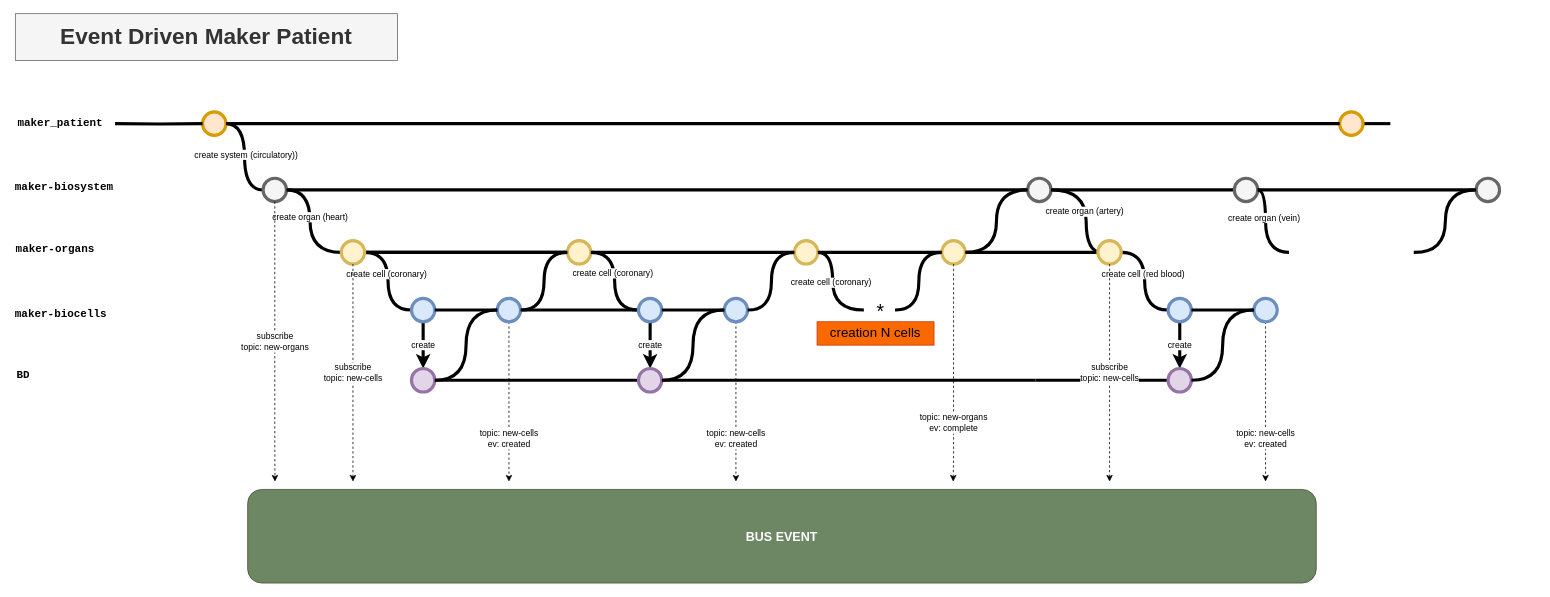
Before: page "Event Flow Design N2" (2 of 2) of arch-design/cellprom-arch-patient-maker-event-driven-design.drawio in cellprom/cellprom-arq-doc, a draw.io diagram. Source tidied: cells renumbered, new cells numbered last; positions are measured from the earlier drawing's top-left corner, leaving out a move shared by most shapes. Both pictures are drawn from the tidied source at 78%, with x=0, y=0 at pixel (13, 13).
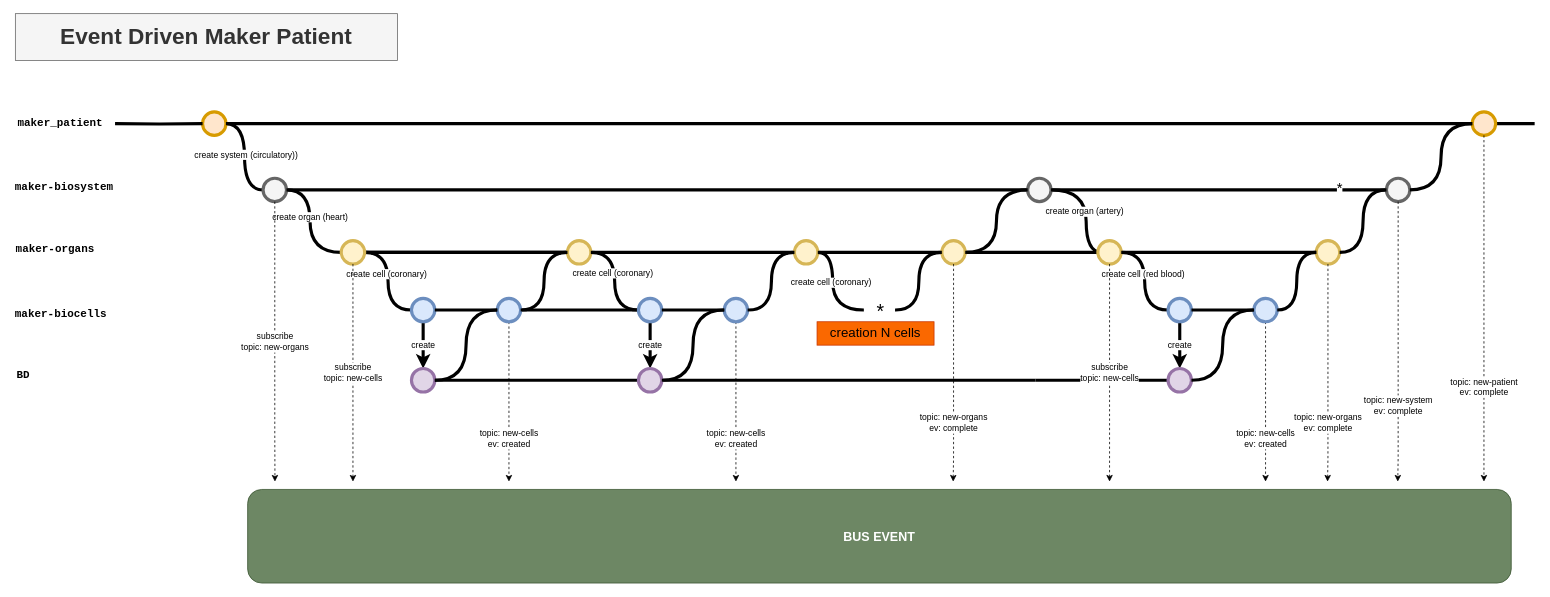
Above is the later version.

Commit message:
Diseño de Eventos

The change refers to these unchanged cells:
```xml
<mxCell id="11" style="verticalLabelPosition=bottom;verticalAlign=top;html=1;strokeWidth=4;shape=mxgraph.flowchart.on-page_reference;strokeColor=#666666;fillColor=#f5f5f5;fontColor=#333333;" parent="1" vertex="1">
  <mxGeometry x="1300" y="211" width="30" height="30" as="geometry" />
</mxCell>
<mxCell id="70" style="verticalLabelPosition=bottom;verticalAlign=top;html=1;strokeWidth=4;shape=mxgraph.flowchart.on-page_reference;strokeColor=#d6b656;fillColor=#fff2cc;" parent="1" vertex="1">
  <mxGeometry x="1390" y="291" width="30" height="30" as="geometry" />
</mxCell>
<mxCell id="76" style="verticalLabelPosition=bottom;verticalAlign=top;html=1;strokeWidth=4;shape=mxgraph.flowchart.on-page_reference;strokeColor=#6c8ebf;fillColor=#dae8fc;" parent="1" vertex="1">
  <mxGeometry x="1590" y="365" width="30" height="30" as="geometry" />
</mxCell>
```

Diff of the diagram source:
```diff
@@
     <mxCell id="2" style="edgeStyle=orthogonalEdgeStyle;rounded=0;html=1;jettySize=auto;plain-blue;endArrow=none;endFill=0;strokeWidth=4;strokeColor=#000000;startArrow=none;" parent="1" edge="1" source="34">
-      <mxGeometry x="617.2" y="221" as="geometry">
-        <mxPoint x="1765" y="141" as="targetPoint" />
+      <mxGeometry x="767.2" y="221" as="geometry">
+        <mxPoint x="1950" y="141" as="targetPoint" />
       </mxGeometry>
     </mxCell>
@@
-    <mxCell id="10" style="edgeStyle=orthogonalEdgeStyle;curved=1;rounded=0;html=1;exitX=1;exitY=0.5;exitPerimeter=0;endArrow=none;endFill=0;jettySize=auto;strokeWidth=4;fontSize=15;" parent="1" edge="1" source="11" target="25">
-      <mxGeometry relative="1" as="geometry" />
+    <mxCell id="10" style="edgeStyle=orthogonalEdgeStyle;curved=1;rounded=0;html=1;exitX=1;exitY=0.5;exitPerimeter=0;endArrow=none;endFill=0;jettySize=auto;strokeWidth=4;fontSize=15;" parent="1" edge="1" source="11">
+      <mxGeometry relative="1" as="geometry">
+        <mxPoint x="1760" y="226" as="targetPoint" />
+      </mxGeometry>
     </mxCell>
+    <mxCell id="79" value="*" style="edgeLabel;html=1;align=center;verticalAlign=middle;fontSize=19;" parent="10" vertex="1">
+      <mxGeometry x="0.72" y="3" relative="1" as="geometry" />
+    </mxCell>
@@
-    <mxCell id="20" style="edgeStyle=orthogonalEdgeStyle;curved=1;rounded=0;jettySize=auto;html=1;entryX=0;entryY=0.5;entryDx=0;entryDy=0;entryPerimeter=0;endArrow=none;endFill=0;strokeWidth=4;fontFamily=Courier New;fontColor=#009900;" parent="1" edge="1" target="36">
-      <mxGeometry relative="1" as="geometry">
-        <mxPoint x="1795" y="306" as="sourcePoint" />
-      </mxGeometry>
-    </mxCell>
@@
-    <mxCell id="25" style="verticalLabelPosition=bottom;verticalAlign=top;html=1;strokeWidth=4;shape=mxgraph.flowchart.on-page_reference;strokeColor=#666666;fillColor=#f5f5f5;fontColor=#333333;" parent="1" vertex="1">
-      <mxGeometry x="1565" y="211" width="30" height="30" as="geometry" />
-    </mxCell>
@@
-    <mxCell id="29" style="edgeStyle=orthogonalEdgeStyle;rounded=0;jettySize=auto;html=1;entryX=1;entryY=0.5;entryDx=0;entryDy=0;entryPerimeter=0;endArrow=none;endFill=0;strokeWidth=4;curved=1;exitX=0;exitY=0.5;exitDx=0;exitDy=0;exitPerimeter=0;" parent="1" edge="1" target="25">
-      <mxGeometry relative="1" as="geometry">
-        <mxPoint x="1635" y="306" as="sourcePoint" />
-        <Array as="points">
-          <mxPoint x="1605" y="306" />
-          <mxPoint x="1605" y="226" />
-        </Array>
-      </mxGeometry>
-    </mxCell>
-    <mxCell id="30" value="create organ (vein)" style="edgeLabel;html=1;align=center;verticalAlign=middle;" parent="29" vertex="1">
-      <mxGeometry x="0.14" y="3" relative="1" as="geometry">
-        <mxPoint y="-7" as="offset" />
-      </mxGeometry>
-    </mxCell>
@@
     <mxCell id="34" style="verticalLabelPosition=bottom;verticalAlign=top;html=1;strokeWidth=4;shape=mxgraph.flowchart.on-page_reference;strokeColor=#d79b00;fillColor=#ffe6cc;" parent="1" vertex="1">
-      <mxGeometry x="1700" y="126" width="30" height="30" as="geometry" />
+      <mxGeometry x="1870" y="126" width="30" height="30" as="geometry" />
     </mxCell>
@@
-    <mxCell id="36" style="verticalLabelPosition=bottom;verticalAlign=top;html=1;strokeWidth=4;shape=mxgraph.flowchart.on-page_reference;strokeColor=#666666;fillColor=#f5f5f5;fontColor=#333333;" parent="1" vertex="1">
-      <mxGeometry x="1875" y="211" width="30" height="30" as="geometry" />
-    </mxCell>
-    <mxCell id="37" style="edgeStyle=orthogonalEdgeStyle;curved=1;rounded=0;jettySize=auto;html=1;endArrow=none;endFill=0;strokeWidth=4;fontFamily=Courier New;fontColor=#009900;startArrow=none;" parent="1" edge="1" source="25" target="36">
-      <mxGeometry relative="1" as="geometry" />
-    </mxCell>
@@
     <mxCell id="39" value="BUS EVENT" style="rounded=1;whiteSpace=wrap;html=1;fillColor=#6d8764;fontColor=#ffffff;strokeColor=#3A5431;fontStyle=1;fontSize=16;" parent="1" vertex="1">
-      <mxGeometry x="300" y="610" width="1370" height="120" as="geometry" />
+      <mxGeometry x="300" y="610" width="1620" height="120" as="geometry" />
     </mxCell>
@@
+    <mxCell id="80" style="verticalLabelPosition=bottom;verticalAlign=top;html=1;strokeWidth=4;shape=mxgraph.flowchart.on-page_reference;strokeColor=#666666;fillColor=#f5f5f5;fontColor=#333333;" parent="1" vertex="1">
+      <mxGeometry x="1760" y="211" width="30" height="30" as="geometry" />
+    </mxCell>
+    <mxCell id="81" style="verticalLabelPosition=bottom;verticalAlign=top;html=1;strokeWidth=4;shape=mxgraph.flowchart.on-page_reference;strokeColor=#d6b656;fillColor=#fff2cc;" parent="1" vertex="1">
+      <mxGeometry x="1670" y="291" width="30" height="30" as="geometry" />
+    </mxCell>
+    <mxCell id="82" style="edgeStyle=orthogonalEdgeStyle;curved=1;rounded=0;jettySize=auto;html=1;entryX=0;entryY=0.5;entryDx=0;entryDy=0;entryPerimeter=0;endArrow=none;endFill=0;strokeWidth=4;fontFamily=Courier New;fontColor=#009900;exitX=1;exitY=0.5;exitDx=0;exitDy=0;exitPerimeter=0;" parent="1" edge="1" source="81" target="80">
+      <mxGeometry relative="1" as="geometry" />
+    </mxCell>
+    <mxCell id="83" style="edgeStyle=orthogonalEdgeStyle;curved=1;rounded=0;html=1;exitX=1;exitY=0.5;exitPerimeter=0;endArrow=none;endFill=0;jettySize=auto;strokeWidth=4;fontSize=15;entryX=0;entryY=0.5;entryDx=0;entryDy=0;entryPerimeter=0;exitDx=0;exitDy=0;" parent="1" edge="1" source="70" target="81">
+      <mxGeometry relative="1" as="geometry" />
+    </mxCell>
+    <mxCell id="84" style="edgeStyle=orthogonalEdgeStyle;curved=1;rounded=0;jettySize=auto;html=1;entryX=0;entryY=0.5;entryDx=0;entryDy=0;entryPerimeter=0;endArrow=none;endFill=0;strokeWidth=4;fontFamily=Courier New;fontColor=#009900;exitX=1;exitY=0.5;exitDx=0;exitDy=0;exitPerimeter=0;" parent="1" edge="1" source="76" target="81">
+      <mxGeometry relative="1" as="geometry" />
+    </mxCell>
+    <mxCell id="85" style="edgeStyle=orthogonalEdgeStyle;curved=1;rounded=0;jettySize=auto;html=1;entryX=0;entryY=0.5;entryDx=0;entryDy=0;entryPerimeter=0;endArrow=none;endFill=0;strokeWidth=4;fontFamily=Courier New;fontColor=#009900;exitX=1;exitY=0.5;exitDx=0;exitDy=0;exitPerimeter=0;" parent="1" edge="1" source="80" target="34">
+      <mxGeometry relative="1" as="geometry" />
+    </mxCell>
+    <mxCell id="86" value="topic: new-organs&lt;br&gt;ev: complete" style="edgeStyle=orthogonalEdgeStyle;rounded=0;orthogonalLoop=1;jettySize=auto;html=1;dashed=1;exitX=0.5;exitY=1;exitDx=0;exitDy=0;exitPerimeter=0;" parent="1" edge="1">
+      <mxGeometry x="0.46" relative="1" as="geometry">
+        <mxPoint x="1685" y="321" as="sourcePoint" />
+        <mxPoint x="1684.5" y="600" as="targetPoint" />
+        <Array as="points">
+          <mxPoint x="1685" y="570" />
+        </Array>
+      </mxGeometry>
+    </mxCell>
+    <mxCell id="87" value="topic: new-system&lt;br&gt;ev: complete" style="edgeStyle=orthogonalEdgeStyle;rounded=0;jettySize=auto;html=1;dashed=1;exitX=0.5;exitY=1;exitDx=0;exitDy=0;exitPerimeter=0;" parent="1" edge="1" source="80">
+      <mxGeometry x="0.46" relative="1" as="geometry">
+        <mxPoint x="1774.5" y="600" as="targetPoint" />
+        <Array as="points">
+          <mxPoint x="1775" y="570" />
+        </Array>
+      </mxGeometry>
+    </mxCell>
+    <mxCell id="88" value="topic: new-patient&lt;br&gt;ev: complete" style="edgeStyle=orthogonalEdgeStyle;rounded=0;jettySize=auto;html=1;dashed=1;exitX=0.5;exitY=1;exitDx=0;exitDy=0;exitPerimeter=0;" parent="1" edge="1" source="34">
+      <mxGeometry x="0.46" relative="1" as="geometry">
+        <mxPoint x="1885" y="600" as="targetPoint" />
+      </mxGeometry>
+    </mxCell>
```
